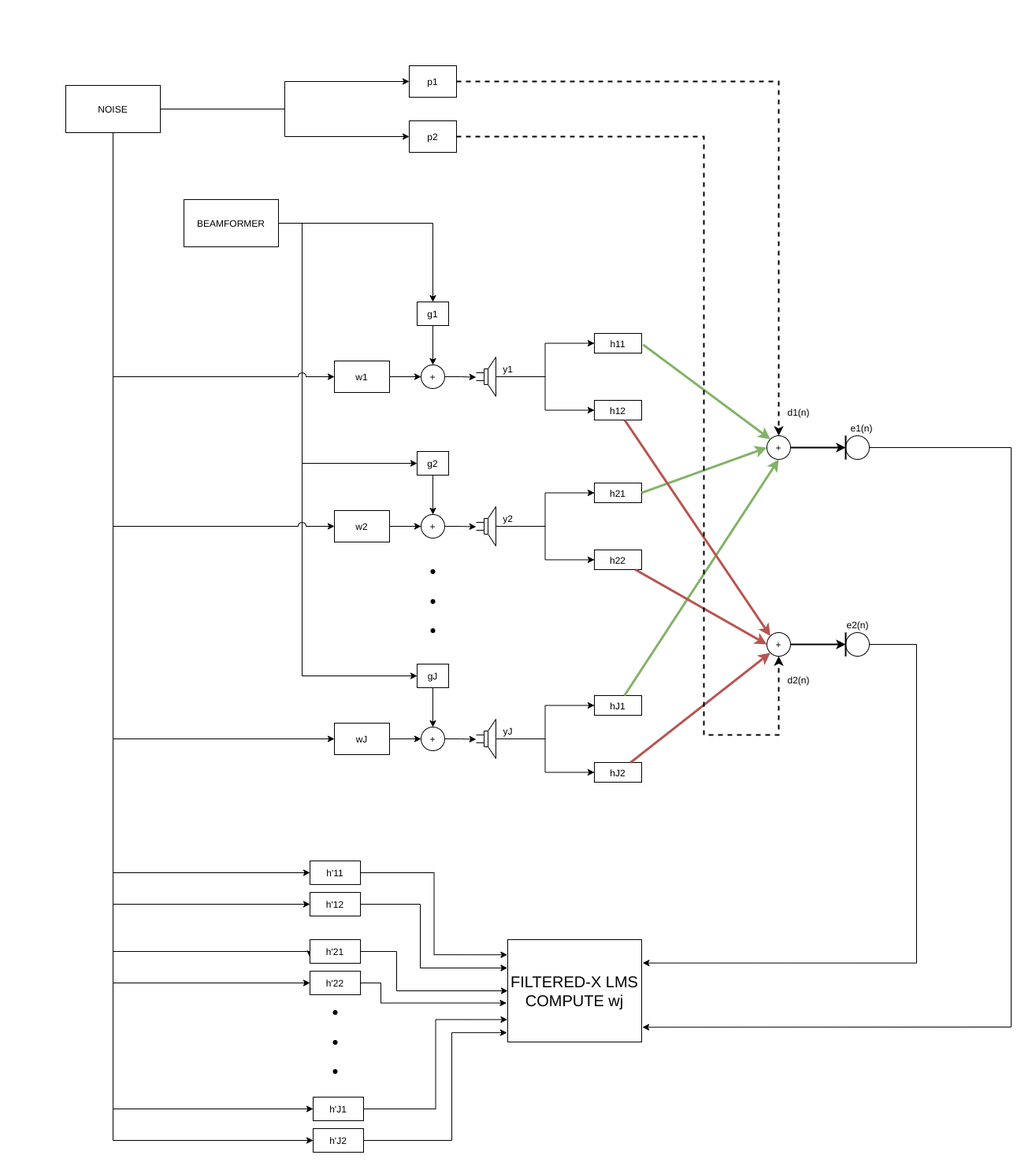
This is DASP-ANC3D.png from cbwang-dev/DASP_lab, a draw.io export, as it was before one commit. Source tidied: cells renumbered, new cells last; positions are measured from the earlier drawing's top-left corner, leaving out a move shared by most shapes.
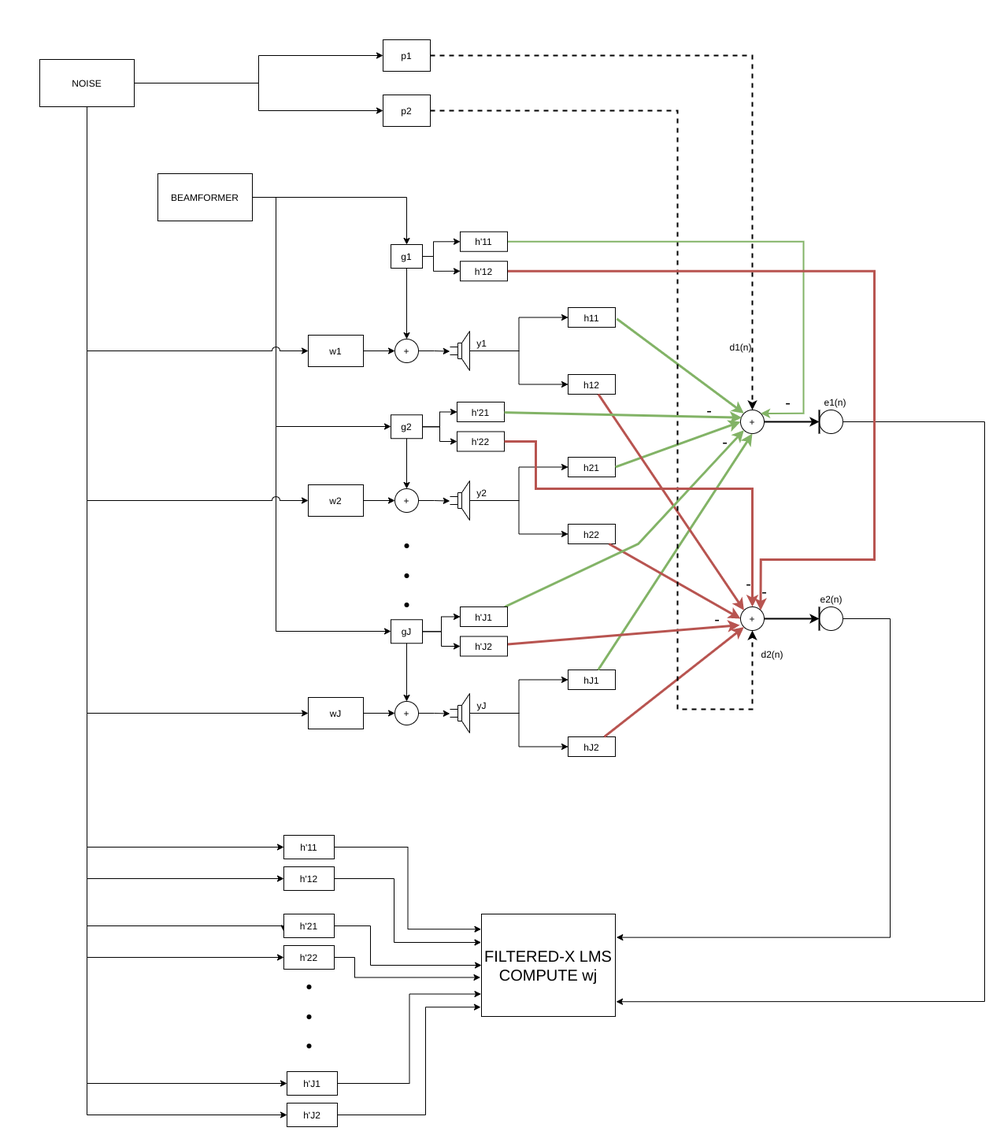
After the commit.

Diff of the diagram source:
```diff
@@ -2,11 +2,12 @@
   <root>
     <mxCell id="0" />
     <mxCell id="1" parent="0" />
-    <mxCell id="2" style="edgeStyle=orthogonalEdgeStyle;rounded=0;jettySize=auto;html=1;" parent="1" edge="1" source="15" target="30">
+    <mxCell id="2" style="edgeStyle=orthogonalEdgeStyle;rounded=0;jettySize=auto;html=1;entryX=0;entryY=0.5;entryDx=0;entryDy=0;" parent="1" edge="1" source="15" target="30">
       <mxGeometry relative="1" as="geometry">
         <Array as="points">
           <mxPoint x="300" y="200" />
-          <mxPoint x="300" y="775" />
+          <mxPoint x="300" y="751" />
+          <mxPoint x="446" y="751" />
         </Array>
       </mxGeometry>
     </mxCell>
@@ -76,11 +77,12 @@
         </Array>
       </mxGeometry>
     </mxCell>
-    <mxCell id="14" style="edgeStyle=orthogonalEdgeStyle;rounded=0;jettySize=auto;html=1;" parent="1" edge="1" source="15" target="47">
+    <mxCell id="14" style="edgeStyle=orthogonalEdgeStyle;rounded=0;jettySize=auto;html=1;entryX=0;entryY=0.5;entryDx=0;entryDy=0;" parent="1" edge="1" source="15" target="47">
       <mxGeometry relative="1" as="geometry">
         <Array as="points">
           <mxPoint x="300" y="200" />
-          <mxPoint x="300" y="505" />
+          <mxPoint x="300" y="491" />
+          <mxPoint x="446" y="491" />
         </Array>
       </mxGeometry>
     </mxCell>
@@ -90,15 +92,9 @@
     <mxCell id="16" style="group;" parent="1" vertex="1">
       <mxGeometry x="341" y="300" width="390" height="150" as="geometry" />
     </mxCell>
-    <mxCell id="17" value="g1" style="rounded=0;whiteSpace=wrap;html=1;fillColor=#ffffff;" parent="16" vertex="1">
-      <mxGeometry x="105" width="40" height="30" as="geometry" />
-    </mxCell>
     <mxCell id="18" value="+" style="ellipse;whiteSpace=wrap;html=1;fillColor=#ffffff;" parent="16" vertex="1">
       <mxGeometry x="110" y="80" width="30" height="30" as="geometry" />
     </mxCell>
-    <mxCell id="19" style="edgeStyle=orthogonalEdgeStyle;rounded=0;jettySize=auto;html=1;entryX=0.5;entryY=0;entryDx=0;entryDy=0;" parent="16" edge="1" source="17" target="18">
-      <mxGeometry relative="1" as="geometry" />
-    </mxCell>
     <mxCell id="20" value="h11" style="rounded=0;whiteSpace=wrap;html=1;" parent="16" vertex="1">
       <mxGeometry x="330" y="40" width="60" height="25" as="geometry" />
     </mxCell>
@@ -129,15 +125,9 @@
     <mxCell id="29" style="group;" parent="1" vertex="1">
       <mxGeometry x="341" y="760" width="390" height="150" as="geometry" />
     </mxCell>
-    <mxCell id="30" value="gJ" style="rounded=0;whiteSpace=wrap;html=1;fillColor=#ffffff;" parent="29" vertex="1">
-      <mxGeometry x="105" width="40" height="30" as="geometry" />
-    </mxCell>
     <mxCell id="31" value="+" style="ellipse;whiteSpace=wrap;html=1;fillColor=#ffffff;" parent="29" vertex="1">
       <mxGeometry x="110" y="80" width="30" height="30" as="geometry" />
     </mxCell>
-    <mxCell id="32" style="edgeStyle=orthogonalEdgeStyle;rounded=0;jettySize=auto;html=1;entryX=0.5;entryY=0;entryDx=0;entryDy=0;" parent="29" edge="1" source="30" target="31">
-      <mxGeometry relative="1" as="geometry" />
-    </mxCell>
     <mxCell id="33" value="hJ1" style="rounded=0;whiteSpace=wrap;html=1;" parent="29" vertex="1">
       <mxGeometry x="330" y="40" width="60" height="25" as="geometry" />
     </mxCell>
@@ -180,8 +170,14 @@
     <mxCell id="46" style="group;" parent="1" vertex="1">
       <mxGeometry x="341" y="490" width="390" height="150" as="geometry" />
     </mxCell>
+    <mxCell id="108" style="edgeStyle=orthogonalEdgeStyle;rounded=0;jettySize=auto;html=1;entryX=0;entryY=0.5;entryDx=0;entryDy=0;" parent="46" edge="1" source="47" target="110">
+      <mxGeometry relative="1" as="geometry" />
+    </mxCell>
+    <mxCell id="109" style="edgeStyle=orthogonalEdgeStyle;rounded=0;jettySize=auto;html=1;entryX=0;entryY=0.5;entryDx=0;entryDy=0;" parent="46" edge="1" source="47" target="111">
+      <mxGeometry relative="1" as="geometry" />
+    </mxCell>
     <mxCell id="47" value="g2" style="rounded=0;whiteSpace=wrap;html=1;fillColor=#ffffff;" parent="46" vertex="1">
-      <mxGeometry x="105" width="40" height="30" as="geometry" />
+      <mxGeometry x="105" y="-13.8" width="40" height="30" as="geometry" />
     </mxCell>
     <mxCell id="48" value="+" style="ellipse;whiteSpace=wrap;html=1;fillColor=#ffffff;" parent="46" vertex="1">
       <mxGeometry x="110" y="80" width="30" height="30" as="geometry" />
@@ -216,6 +212,12 @@
     <mxCell id="58" style="edgeStyle=orthogonalEdgeStyle;rounded=0;jettySize=auto;html=1;entryX=-0.008;entryY=0.512;entryDx=0;entryDy=0;entryPerimeter=0;" parent="46" edge="1" source="48" target="57">
       <mxGeometry as="geometry" />
     </mxCell>
+    <mxCell id="110" value="h'21" style="rounded=0;whiteSpace=wrap;html=1;" parent="46" vertex="1">
+      <mxGeometry x="189" y="-30" width="60" height="25" as="geometry" />
+    </mxCell>
+    <mxCell id="111" value="h'22" style="rounded=0;whiteSpace=wrap;html=1;" parent="46" vertex="1">
+      <mxGeometry x="189" y="7.5" width="60" height="25" as="geometry" />
+    </mxCell>
     <mxCell id="59" style="group;" parent="1" vertex="1">
       <mxGeometry x="436" width="60" height="110" as="geometry" />
     </mxCell>
@@ -292,7 +294,7 @@
       </mxGeometry>
     </mxCell>
     <mxCell id="80" value="d1(n)" style="text;html=1;align=center;verticalAlign=middle;strokeColor=none;" parent="1" vertex="1">
-      <mxGeometry x="910" y="430" width="40" height="20" as="geometry" />
+      <mxGeometry x="870" y="380" width="40" height="20" as="geometry" />
     </mxCell>
     <mxCell id="81" value="d2(n)" style="text;html=1;align=center;verticalAlign=middle;strokeColor=none;" parent="1" vertex="1">
       <mxGeometry x="910" y="770" width="40" height="20" as="geometry" />
@@ -415,5 +417,108 @@
         </Array>
       </mxGeometry>
     </mxCell>
+    <mxCell id="112" style="edgeStyle=orthogonalEdgeStyle;rounded=0;jettySize=auto;html=1;entryX=0;entryY=0.5;entryDx=0;entryDy=0;" parent="1" edge="1" source="17" target="115">
+      <mxGeometry relative="1" as="geometry">
+        <Array as="points">
+          <mxPoint x="500" y="275" />
+          <mxPoint x="500" y="256" />
+        </Array>
+      </mxGeometry>
+    </mxCell>
+    <mxCell id="113" style="edgeStyle=orthogonalEdgeStyle;rounded=0;jettySize=auto;html=1;entryX=0;entryY=0.5;entryDx=0;entryDy=0;" parent="1" edge="1" source="17" target="117">
+      <mxGeometry relative="1" as="geometry">
+        <Array as="points">
+          <mxPoint x="500" y="275" />
+          <mxPoint x="500" y="294" />
+        </Array>
+      </mxGeometry>
+    </mxCell>
+    <mxCell id="17" value="g1" style="rounded=0;whiteSpace=wrap;html=1;fillColor=#ffffff;" parent="1" vertex="1">
+      <mxGeometry x="446" y="260" width="40" height="30" as="geometry" />
+    </mxCell>
+    <mxCell id="19" style="edgeStyle=orthogonalEdgeStyle;rounded=0;jettySize=auto;html=1;entryX=0.5;entryY=0;entryDx=0;entryDy=0;" parent="1" edge="1" source="17" target="18">
+      <mxGeometry relative="1" as="geometry" />
+    </mxCell>
+    <mxCell id="114" style="edgeStyle=orthogonalEdgeStyle;rounded=0;jettySize=auto;html=1;entryX=1;entryY=0;entryDx=0;entryDy=0;fillColor=#d5e8d4;strokeColor=#82b366;strokeWidth=2;" parent="1" edge="1" source="115" target="63">
+      <mxGeometry relative="1" as="geometry">
+        <Array as="points">
+          <mxPoint x="970" y="256" />
+          <mxPoint x="970" y="474" />
+        </Array>
+      </mxGeometry>
+    </mxCell>
+    <mxCell id="115" value="h'11" style="rounded=0;whiteSpace=wrap;html=1;" parent="1" vertex="1">
+      <mxGeometry x="534" y="243.8" width="60" height="25" as="geometry" />
+    </mxCell>
+    <mxCell id="116" style="edgeStyle=orthogonalEdgeStyle;rounded=0;jettySize=auto;html=1;entryX=1;entryY=0;entryDx=0;entryDy=0;strokeWidth=3;fillColor=#f8cecc;strokeColor=#b85450;" parent="1" edge="1" source="117" target="65">
+      <mxGeometry relative="1" as="geometry">
+        <Array as="points">
+          <mxPoint x="1060" y="294" />
+          <mxPoint x="1060" y="660" />
+          <mxPoint x="916" y="660" />
+        </Array>
+      </mxGeometry>
+    </mxCell>
+    <mxCell id="117" value="h'12" style="rounded=0;whiteSpace=wrap;html=1;" parent="1" vertex="1">
+      <mxGeometry x="534" y="281.2" width="60" height="25" as="geometry" />
+    </mxCell>
+    <mxCell id="30" value="gJ" style="rounded=0;whiteSpace=wrap;html=1;fillColor=#ffffff;" parent="1" vertex="1">
+      <mxGeometry x="446" y="736.2" width="40" height="30" as="geometry" />
+    </mxCell>
+    <mxCell id="118" style="edgeStyle=none;rounded=0;jettySize=auto;html=1;entryX=0;entryY=1;entryDx=0;entryDy=0;strokeWidth=3;fillColor=#d5e8d4;strokeColor=#82b366;" parent="1" edge="1" source="119" target="63">
+      <mxGeometry relative="1" as="geometry">
+        <Array as="points">
+          <mxPoint x="760" y="640" />
+        </Array>
+      </mxGeometry>
+    </mxCell>
+    <mxCell id="119" value="h'J1" style="rounded=0;whiteSpace=wrap;html=1;" parent="1" vertex="1">
+      <mxGeometry x="534" y="720" width="60" height="25" as="geometry" />
+    </mxCell>
+    <mxCell id="120" style="rounded=0;jettySize=auto;html=1;entryX=-0.033;entryY=0.772;entryDx=0;entryDy=0;entryPerimeter=0;strokeWidth=3;fillColor=#f8cecc;strokeColor=#b85450;" parent="1" edge="1" source="121" target="65">
+      <mxGeometry relative="1" as="geometry" />
+    </mxCell>
+    <mxCell id="121" value="h'J2" style="rounded=0;whiteSpace=wrap;html=1;" parent="1" vertex="1">
+      <mxGeometry x="534" y="757.5" width="60" height="25" as="geometry" />
+    </mxCell>
+    <mxCell id="32" style="edgeStyle=orthogonalEdgeStyle;rounded=0;jettySize=auto;html=1;entryX=0.5;entryY=0;entryDx=0;entryDy=0;" parent="1" edge="1" source="30" target="31">
+      <mxGeometry relative="1" as="geometry" />
+    </mxCell>
+    <mxCell id="122" style="edgeStyle=orthogonalEdgeStyle;rounded=0;jettySize=auto;html=1;" parent="1" edge="1" source="30" target="119">
+      <mxGeometry relative="1" as="geometry" />
+    </mxCell>
+    <mxCell id="123" style="edgeStyle=orthogonalEdgeStyle;rounded=0;jettySize=auto;html=1;entryX=0;entryY=0.5;entryDx=0;entryDy=0;" parent="1" edge="1" source="30" target="121">
+      <mxGeometry relative="1" as="geometry" />
+    </mxCell>
+    <mxCell id="124" value="&lt;font style=&quot;font-size: 20px&quot;&gt;-&lt;/font&gt;" style="text;html=1;align=center;verticalAlign=middle;strokeColor=none;" parent="1" vertex="1">
+      <mxGeometry x="940" y="450" width="20" height="20" as="geometry" />
+    </mxCell>
+    <mxCell id="125" style="rounded=0;jettySize=auto;html=1;entryX=0.059;entryY=0.324;entryDx=0;entryDy=0;entryPerimeter=0;strokeWidth=3;fillColor=#d5e8d4;strokeColor=#82b366;" parent="1" edge="1" source="110" target="63">
+      <mxGeometry relative="1" as="geometry" />
+    </mxCell>
+    <mxCell id="126" value="&lt;font style=&quot;font-size: 20px&quot;&gt;-&lt;/font&gt;" style="text;html=1;align=center;verticalAlign=middle;strokeColor=none;" parent="1" vertex="1">
+      <mxGeometry x="840" y="460" width="20" height="20" as="geometry" />
+    </mxCell>
+    <mxCell id="127" value="&lt;font style=&quot;font-size: 20px&quot;&gt;-&lt;/font&gt;" style="text;html=1;align=center;verticalAlign=middle;strokeColor=none;" parent="1" vertex="1">
+      <mxGeometry x="860" y="500" width="20" height="20" as="geometry" />
+    </mxCell>
+    <mxCell id="128" value="&lt;font style=&quot;font-size: 20px&quot;&gt;-&lt;/font&gt;" style="text;html=1;align=center;verticalAlign=middle;strokeColor=none;" parent="1" vertex="1">
+      <mxGeometry x="910" y="690" width="20" height="20" as="geometry" />
+    </mxCell>
+    <mxCell id="129" style="edgeStyle=orthogonalEdgeStyle;rounded=0;jettySize=auto;html=1;entryX=0.5;entryY=0;entryDx=0;entryDy=0;strokeWidth=3;fillColor=#f8cecc;strokeColor=#b85450;" parent="1" edge="1" source="111" target="65">
+      <mxGeometry relative="1" as="geometry">
+        <Array as="points">
+          <mxPoint x="630" y="510" />
+          <mxPoint x="630" y="570" />
+          <mxPoint x="905" y="570" />
+        </Array>
+      </mxGeometry>
+    </mxCell>
+    <mxCell id="130" value="&lt;font style=&quot;font-size: 20px&quot;&gt;-&lt;/font&gt;" style="text;html=1;align=center;verticalAlign=middle;strokeColor=none;" parent="1" vertex="1">
+      <mxGeometry x="890" y="680" width="20" height="20" as="geometry" />
+    </mxCell>
+    <mxCell id="131" value="&lt;font style=&quot;font-size: 20px&quot;&gt;-&lt;/font&gt;" style="text;html=1;align=center;verticalAlign=middle;strokeColor=none;" parent="1" vertex="1">
+      <mxGeometry x="850" y="725" width="20" height="20" as="geometry" />
+    </mxCell>
   </root>
 </mxGraphModel>
```
